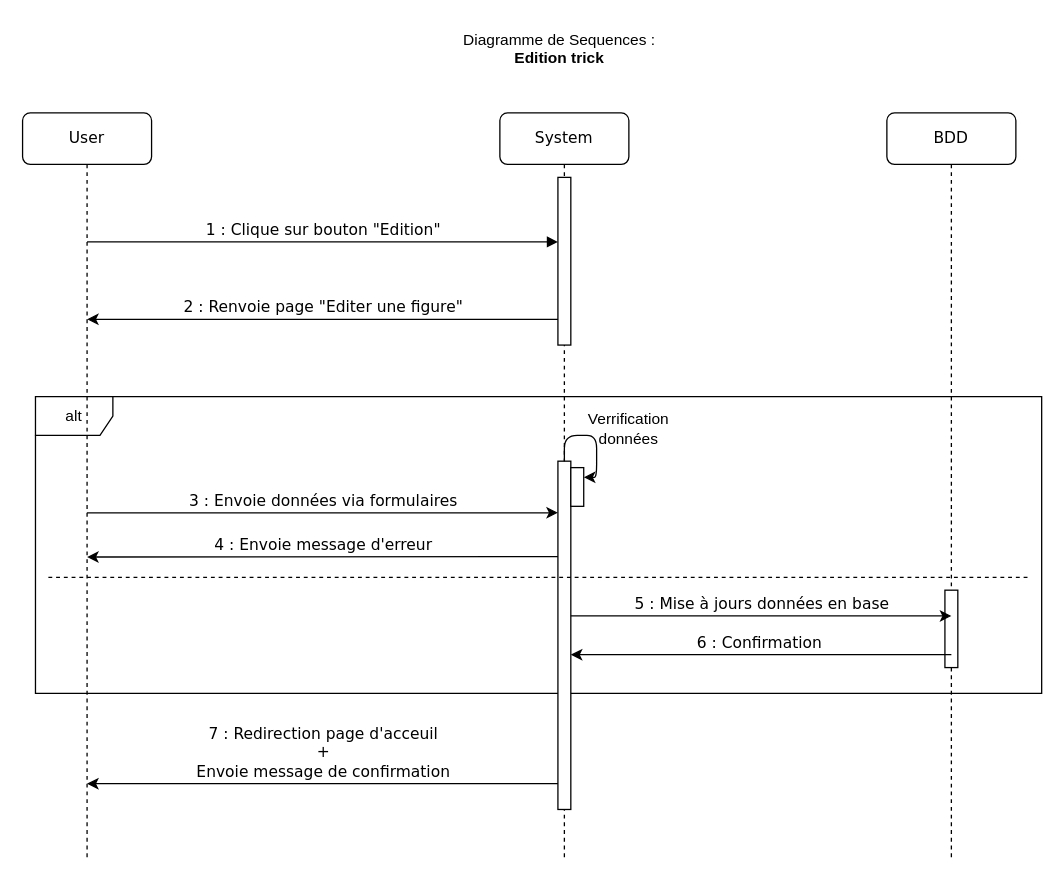
erreur4045/symfony keeps this draw.io diagram as page "Page-1" (1 of 2) of UMLs/Sequence/DiagrammeSequenceEditTricks.drawio. Above is the earlier version. Source tidied: cells renumbered, new cells numbered last; positions are measured from the earlier drawing's top-left corner, leaving out a move shared by most shapes. Both pictures are drawn from the tidied source at 129%, with x=0, y=0 at pixel (22, 22).
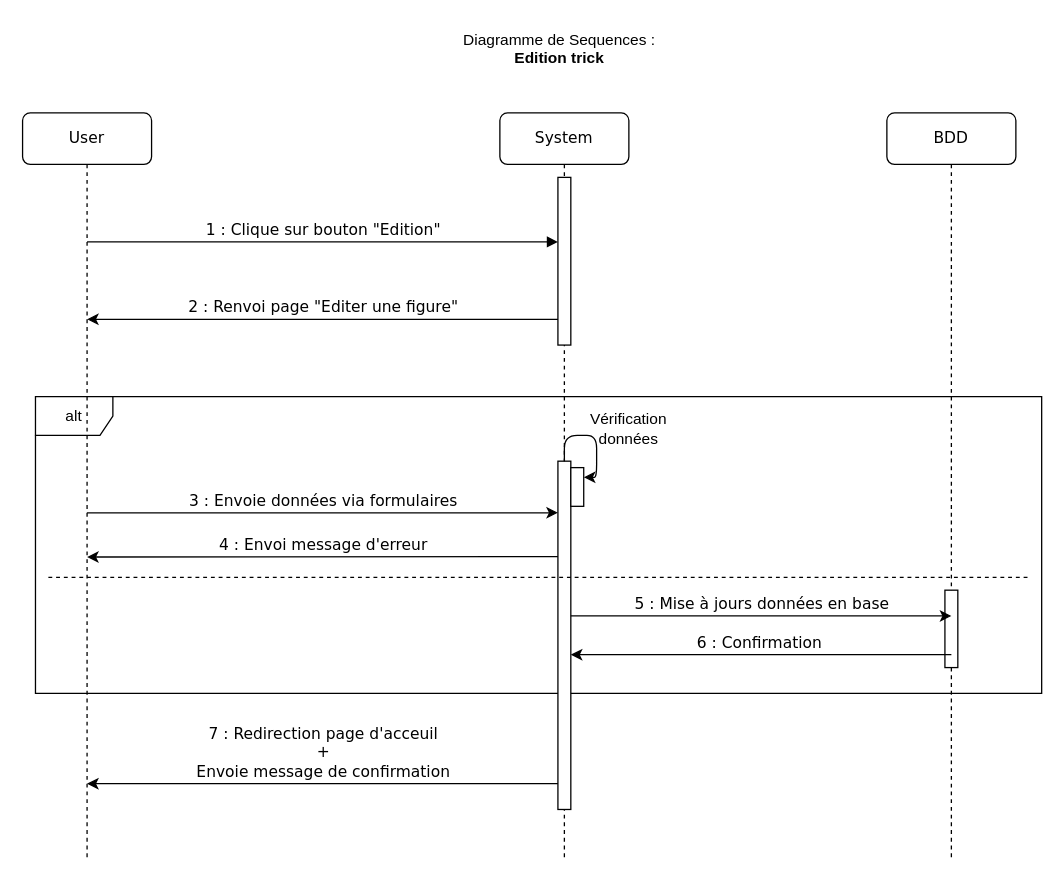
Above is the later version.

The edit, as a diff of the source:
```diff
@@
-    <mxCell id="10" value="2 : Renvoie page &quot;Editer une figure&quot;" style="html=1;verticalAlign=bottom;endArrow=none;labelBackgroundColor=none;fontFamily=Verdana;fontSize=12;edgeStyle=elbowEdgeStyle;elbow=vertical;startArrow=classic;startFill=1;endFill=0;" parent="1" edge="1">
+    <mxCell id="10" value="2 : Renvoi page &quot;Editer une figure&quot;" style="html=1;verticalAlign=bottom;endArrow=none;labelBackgroundColor=none;fontFamily=Verdana;fontSize=12;edgeStyle=elbowEdgeStyle;elbow=vertical;startArrow=classic;startFill=1;endFill=0;" parent="1" edge="1">
       <mxGeometry relative="1" as="geometry">
         <mxPoint x="50" y="230" as="sourcePoint" />
         <mxPoint x="415" y="230" as="targetPoint" />
       </mxGeometry>
     </mxCell>
@@
-    <mxCell id="14" value="Verrification données" style="text;html=1;strokeColor=none;fillColor=none;align=center;verticalAlign=middle;whiteSpace=wrap;rounded=0;" parent="1" vertex="1">
+    <mxCell id="14" value="Vérification données" style="text;html=1;strokeColor=none;fillColor=none;align=center;verticalAlign=middle;whiteSpace=wrap;rounded=0;" parent="1" vertex="1">
       <mxGeometry x="460" y="310" width="20" height="10" as="geometry" />
     </mxCell>
-    <mxCell id="15" value="4 : Envoie message d'erreur" style="html=1;verticalAlign=bottom;endArrow=none;labelBackgroundColor=none;fontFamily=Verdana;fontSize=12;edgeStyle=elbowEdgeStyle;elbow=vertical;startArrow=classic;startFill=1;endFill=0;" parent="1" edge="1">
+    <mxCell id="15" value="4 : Envoi message d'erreur" style="html=1;verticalAlign=bottom;endArrow=none;labelBackgroundColor=none;fontFamily=Verdana;fontSize=12;edgeStyle=elbowEdgeStyle;elbow=vertical;startArrow=classic;startFill=1;endFill=0;" parent="1" edge="1">
       <mxGeometry relative="1" as="geometry">
         <mxPoint x="50" y="414.3" as="sourcePoint" />
         <mxPoint x="415" y="414.3" as="targetPoint" />
       </mxGeometry>
     </mxCell>
```
